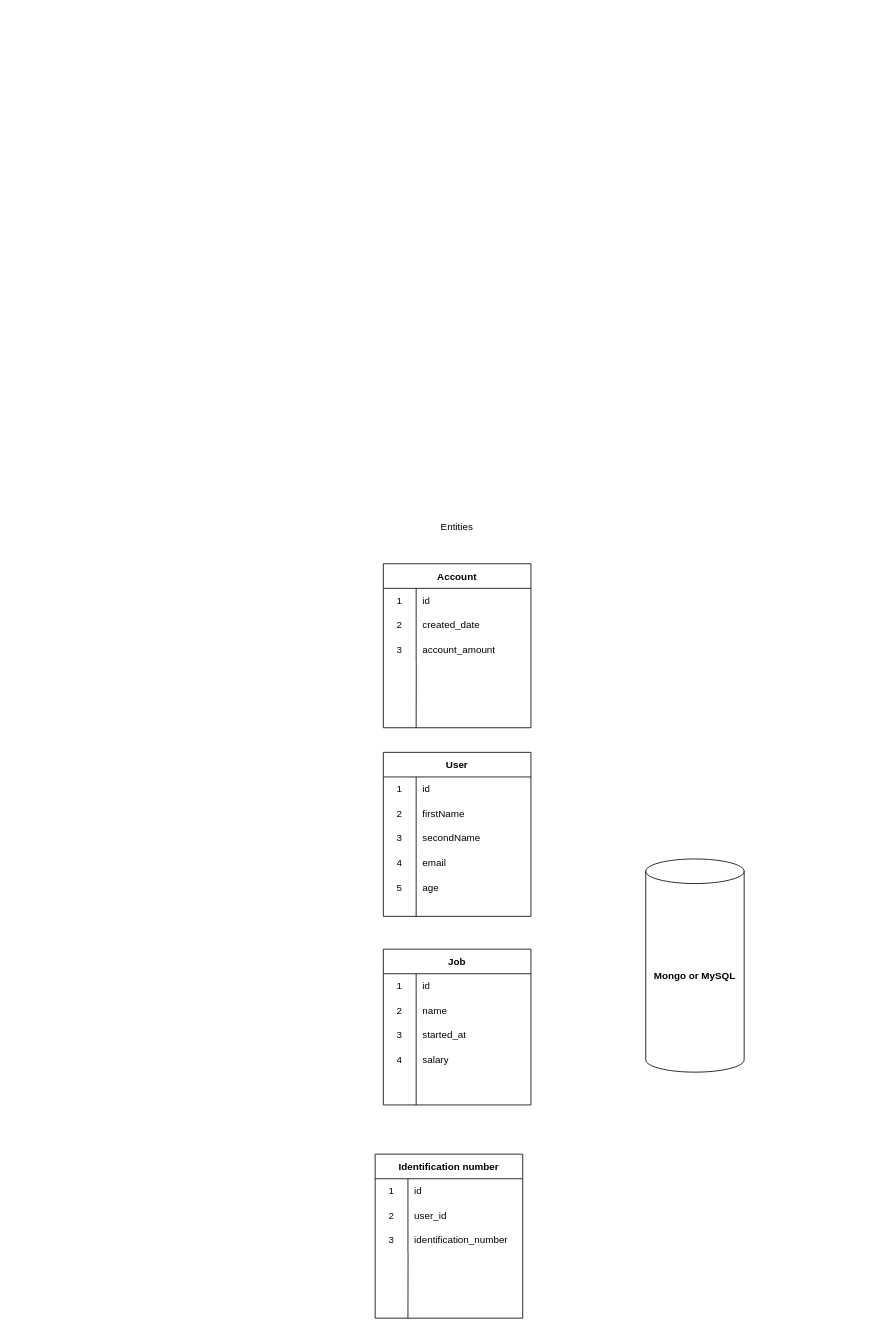
vladik9/Java-Spring-JPA-ORM keeps this draw.io diagram as entities.drawio. Above is the earlier version. Source tidied: cells renumbered, new cells numbered last; positions are measured from the earlier drawing's top-left corner, leaving out a move shared by most shapes. Both pictures are drawn from the tidied source at 82%, with x=0, y=0 at pixel (375, 514).
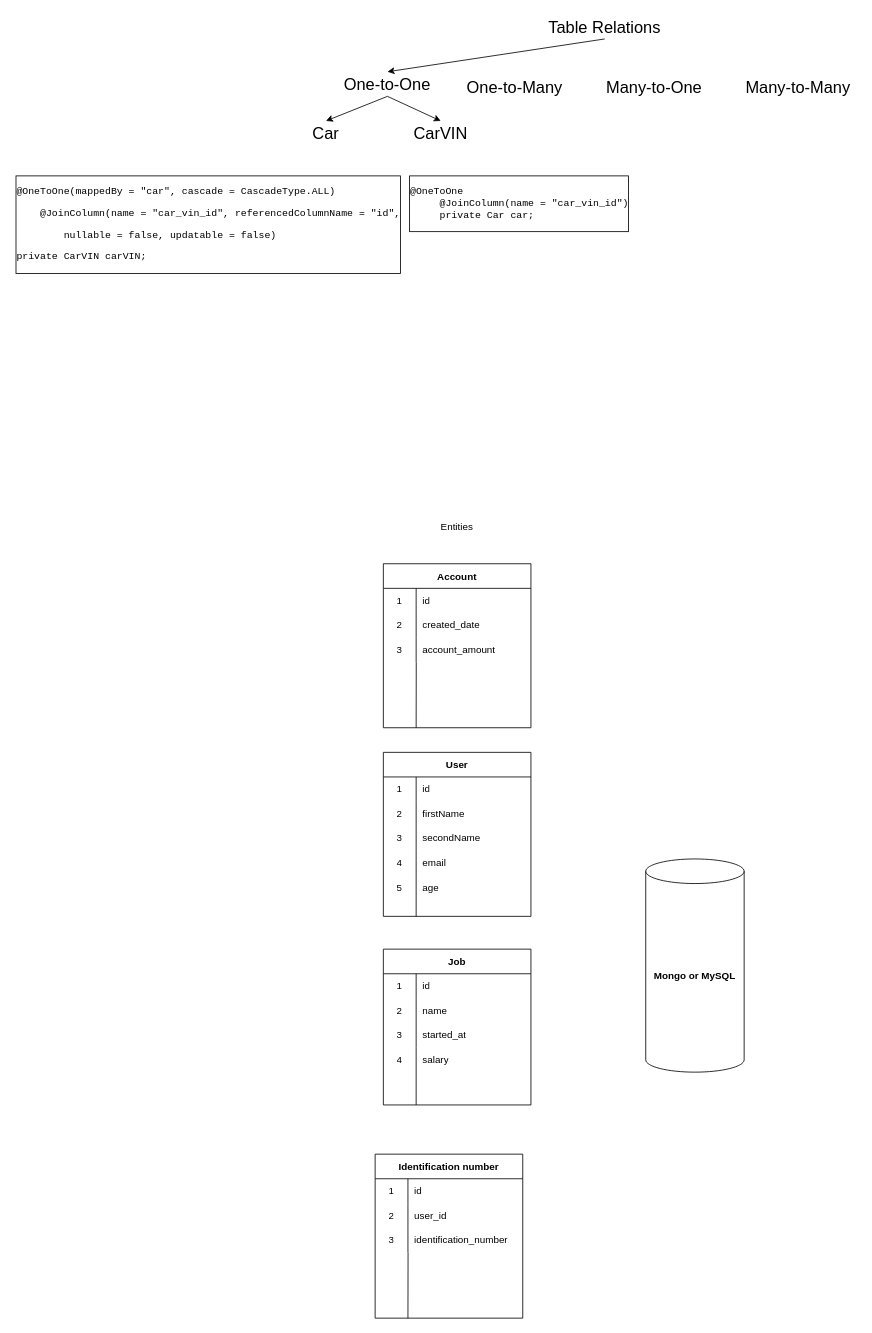
The same diagram, later.

What changed in the source:
```diff
@@
+    <mxCell id="54" style="edgeStyle=none;html=1;exitX=0.5;exitY=1;exitDx=0;exitDy=0;entryX=0.5;entryY=0;entryDx=0;entryDy=0;fontSize=12;fontColor=default;" parent="1" edge="1" source="55" target="58">
+      <mxGeometry relative="1" as="geometry" />
+    </mxCell>
+    <mxCell id="55" value="&lt;font style=&quot;font-size: 20px;&quot;&gt;Table Relations&lt;/font&gt;" style="text;html=1;strokeColor=none;fillColor=none;align=center;verticalAlign=middle;whiteSpace=wrap;rounded=0;" parent="1" vertex="1">
+      <mxGeometry x="200" y="-610" width="160" height="30" as="geometry" />
+    </mxCell>
+    <mxCell id="56" style="edgeStyle=none;html=1;exitX=0.5;exitY=1;exitDx=0;exitDy=0;entryX=0.5;entryY=0;entryDx=0;entryDy=0;fontSize=12;fontColor=default;" parent="1" edge="1" source="58" target="62">
+      <mxGeometry relative="1" as="geometry" />
+    </mxCell>
+    <mxCell id="57" style="edgeStyle=none;html=1;exitX=0.5;exitY=1;exitDx=0;exitDy=0;entryX=0.5;entryY=0;entryDx=0;entryDy=0;fontSize=12;fontColor=default;" parent="1" edge="1" source="58" target="63">
+      <mxGeometry relative="1" as="geometry" />
+    </mxCell>
+    <mxCell id="58" value="One-to-One" style="text;strokeColor=none;fillColor=none;align=center;verticalAlign=middle;rounded=0;fontSize=20;fontColor=default;whiteSpace=wrap;" parent="1" vertex="1">
+      <mxGeometry x="-40" y="-540" width="110" height="30" as="geometry" />
+    </mxCell>
+    <mxCell id="59" value="One-to-Many" style="text;whiteSpace=wrap;fontSize=20;" parent="1" vertex="1">
+      <mxGeometry x="110" y="-540" width="120" height="30" as="geometry" />
+    </mxCell>
+    <mxCell id="60" value="Many-to-One" style="text;whiteSpace=wrap;fontSize=20;" parent="1" vertex="1">
+      <mxGeometry x="280" y="-540" width="120" height="30" as="geometry" />
+    </mxCell>
+    <mxCell id="61" value="Many-to-Many" style="text;whiteSpace=wrap;fontSize=20;" parent="1" vertex="1">
+      <mxGeometry x="450" y="-540" width="140" height="30" as="geometry" />
+    </mxCell>
+    <mxCell id="62" value="Car" style="text;html=1;strokeColor=none;fillColor=none;align=center;verticalAlign=middle;whiteSpace=wrap;rounded=0;fontSize=20;fontColor=default;labelBorderColor=none;labelBackgroundColor=default;" parent="1" vertex="1">
+      <mxGeometry x="-90" y="-480" width="60" height="30" as="geometry" />
+    </mxCell>
+    <mxCell id="63" value="CarVIN" style="text;html=1;strokeColor=none;fillColor=none;align=center;verticalAlign=middle;whiteSpace=wrap;rounded=0;fontSize=20;fontColor=default;labelBorderColor=none;labelBackgroundColor=default;" parent="1" vertex="1">
+      <mxGeometry x="50" y="-480" width="60" height="30" as="geometry" />
+    </mxCell>
+    <mxCell id="64" value="&lt;pre style=&quot;font-size: 12px;&quot;&gt;@OneToOne&lt;br&gt;&amp;nbsp; &amp;nbsp; &amp;nbsp;@JoinColumn(name = &quot;car_vin_id&quot;)&lt;br&gt;&amp;nbsp; &amp;nbsp; &amp;nbsp;private Car car;&lt;/pre&gt;" style="text;whiteSpace=wrap;html=1;fontSize=20;fontColor=default;labelBackgroundColor=default;labelBorderColor=default;" parent="1" vertex="1">
+      <mxGeometry x="40" y="-420" width="280" height="70" as="geometry" />
+    </mxCell>
+    <mxCell id="65" value="&lt;pre style=&quot;font-size: 12px;&quot;&gt;&lt;font style=&quot;font-size: 12px;&quot;&gt;@OneToOne(mappedBy = &quot;car&quot;, cascade = CascadeType.ALL)&lt;br&gt;&lt;/font&gt;&lt;pre style=&quot;&quot;&gt;&lt;font style=&quot;font-size: 12px;&quot;&gt;    @JoinColumn(name = &quot;car_vin_id&quot;, referencedColumnName = &quot;id&quot;,&lt;/font&gt;&lt;/pre&gt;&lt;pre style=&quot;&quot;&gt;&lt;font style=&quot;font-size: 12px;&quot;&gt;&lt;span style=&quot;white-space: pre;&quot;&gt;&#9;&lt;/span&gt;nullable = false, updatable = false) &lt;/font&gt;&lt;/pre&gt;&lt;pre style=&quot;&quot;&gt;private CarVIN carVIN;&lt;/pre&gt;&lt;/pre&gt;" style="text;whiteSpace=wrap;html=1;fontSize=20;fontColor=default;labelBackgroundColor=default;labelBorderColor=default;" parent="1" vertex="1">
+      <mxGeometry x="-440" y="-420" width="480" height="120" as="geometry" />
+    </mxCell>
```
